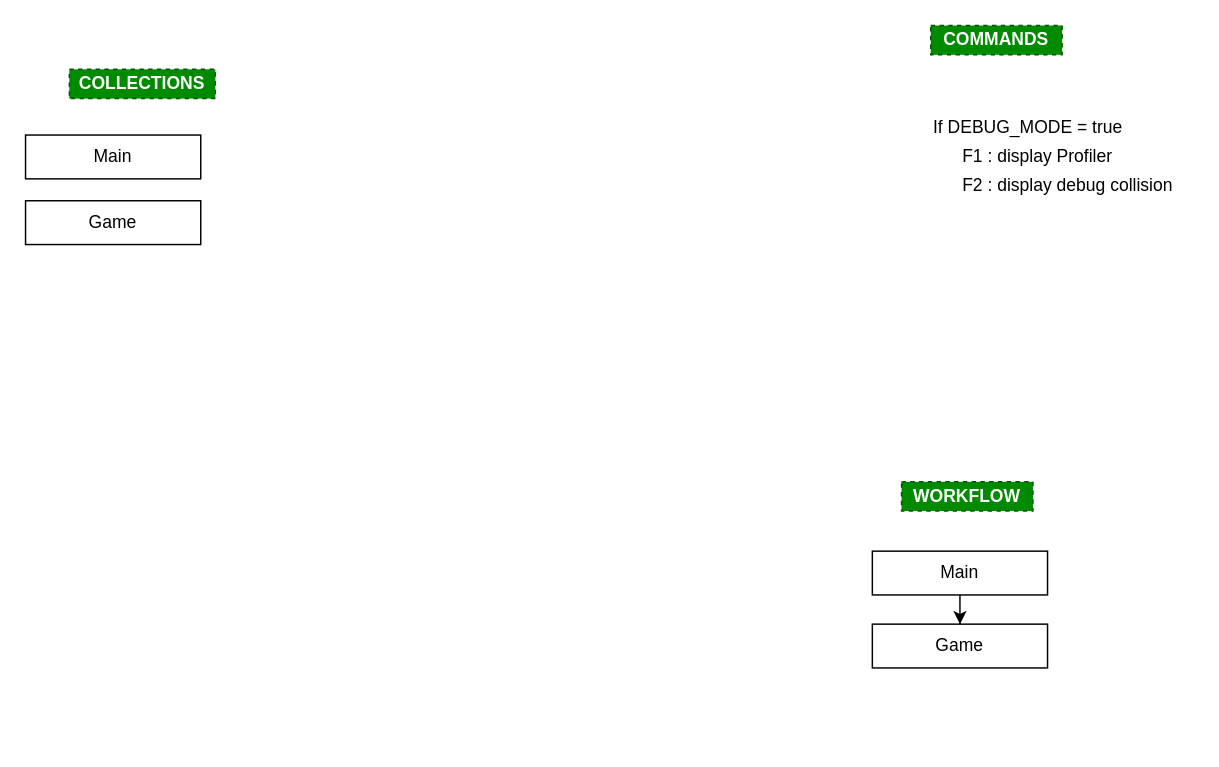
Before: GC29-Christmas Stress/src/README.drawio in cvionnet/gamejam, a draw.io diagram. Source tidied: cells renumbered, new cells numbered last; positions are measured from the earlier drawing's top-left corner, leaving out a move shared by most shapes. Both pictures are drawn from the tidied source at 146%, with x=0, y=0 at pixel (25, 25).
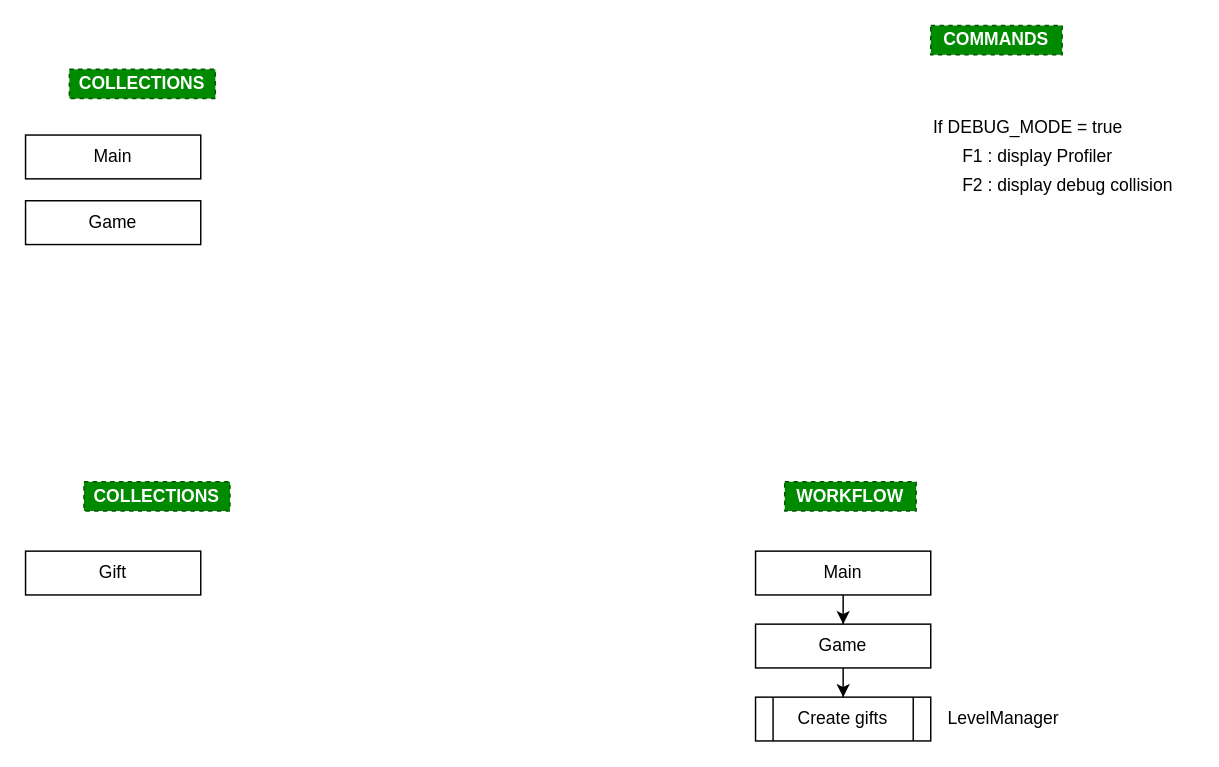
The same page after the edit.

The edit, as a diff of the source:
```diff
@@
 <mxGraphModel>
   <root>
     <mxCell id="0" />
     <mxCell id="1" parent="0" />
     <mxCell id="2" value="&lt;b&gt;WORKFLOW&lt;/b&gt;" style="text;html=1;strokeColor=#005700;fillColor=#008a00;align=center;verticalAlign=middle;whiteSpace=wrap;rounded=0;dashed=1;fontColor=#ffffff;" parent="1" vertex="1">
-      <mxGeometry x="600" y="312.5" width="90" height="20" as="geometry" />
+      <mxGeometry x="520" y="312.5" width="90" height="20" as="geometry" />
     </mxCell>
     <mxCell id="3" value="&lt;b&gt;COLLECTIONS&lt;/b&gt;" style="text;html=1;strokeColor=#005700;fillColor=#008a00;align=center;verticalAlign=middle;whiteSpace=wrap;rounded=0;dashed=1;fontColor=#ffffff;" parent="1" vertex="1">
       <mxGeometry x="30" y="30" width="100" height="20" as="geometry" />
     </mxCell>
     <mxCell id="4" value="&lt;b&gt;COMMANDS&lt;/b&gt;" style="text;html=1;strokeColor=#005700;fillColor=#008a00;align=center;verticalAlign=middle;whiteSpace=wrap;rounded=0;dashed=1;fontColor=#ffffff;" parent="1" vertex="1">
       <mxGeometry x="620" width="90" height="20" as="geometry" />
     </mxCell>
     <mxCell id="5" value="F1 : display Profiler" style="text;html=1;strokeColor=none;fillColor=none;align=left;verticalAlign=middle;whiteSpace=wrap;rounded=0;dashed=1;" parent="1" vertex="1">
       <mxGeometry x="640" y="80" width="110" height="20" as="geometry" />
     </mxCell>
     <mxCell id="6" value="If DEBUG_MODE = true" style="text;html=1;strokeColor=none;fillColor=none;align=left;verticalAlign=middle;whiteSpace=wrap;rounded=0;dashed=1;" parent="1" vertex="1">
       <mxGeometry x="620" y="60" width="170" height="20" as="geometry" />
     </mxCell>
     <mxCell id="7" value="F2 : display debug collision" style="text;html=1;strokeColor=none;fillColor=none;align=left;verticalAlign=middle;whiteSpace=wrap;rounded=0;dashed=1;" parent="1" vertex="1">
       <mxGeometry x="640" y="100" width="160" height="20" as="geometry" />
     </mxCell>
     <mxCell id="8" style="edgeStyle=orthogonalEdgeStyle;rounded=0;jettySize=auto;html=1;" parent="1" edge="1" source="9" target="11">
       <mxGeometry relative="1" as="geometry" />
     </mxCell>
     <mxCell id="9" value="Main" style="rounded=0;whiteSpace=wrap;html=1;" parent="1" vertex="1">
-      <mxGeometry x="580" y="360" width="120" height="30" as="geometry" />
+      <mxGeometry x="500" y="360" width="120" height="30" as="geometry" />
     </mxCell>
     <mxCell id="10" value="Main" style="rounded=0;whiteSpace=wrap;html=1;" parent="1" vertex="1">
       <mxGeometry y="75" width="120" height="30" as="geometry" />
     </mxCell>
+    <mxCell id="13" style="edgeStyle=orthogonalEdgeStyle;rounded=0;jettySize=auto;html=1;" parent="1" edge="1" source="11" target="16">
+      <mxGeometry relative="1" as="geometry" />
+    </mxCell>
     <mxCell id="11" value="Game" style="rounded=0;whiteSpace=wrap;html=1;" parent="1" vertex="1">
-      <mxGeometry x="580" y="410" width="120" height="30" as="geometry" />
+      <mxGeometry x="500" y="410" width="120" height="30" as="geometry" />
     </mxCell>
     <mxCell id="12" value="Game" style="rounded=0;whiteSpace=wrap;html=1;" parent="1" vertex="1">
       <mxGeometry y="120" width="120" height="30" as="geometry" />
     </mxCell>
+    <mxCell id="14" value="&lt;b&gt;COLLECTIONS&lt;/b&gt;" style="text;html=1;strokeColor=#005700;fillColor=#008a00;align=center;verticalAlign=middle;whiteSpace=wrap;rounded=0;dashed=1;fontColor=#ffffff;" parent="1" vertex="1">
+      <mxGeometry x="40" y="312.5" width="100" height="20" as="geometry" />
+    </mxCell>
+    <mxCell id="15" value="Gift" style="rounded=0;whiteSpace=wrap;html=1;" parent="1" vertex="1">
+      <mxGeometry y="360" width="120" height="30" as="geometry" />
+    </mxCell>
+    <mxCell id="16" value="Create gifts" style="shape=process;whiteSpace=wrap;html=1;backgroundOutline=1;" parent="1" vertex="1">
+      <mxGeometry x="500" y="460" width="120" height="30" as="geometry" />
+    </mxCell>
+    <mxCell id="17" value="LevelManager" style="text;html=1;strokeColor=none;fillColor=none;align=left;verticalAlign=middle;whiteSpace=wrap;rounded=0;dashed=1;" parent="1" vertex="1">
+      <mxGeometry x="630" y="465" width="100" height="20" as="geometry" />
+    </mxCell>
   </root>
 </mxGraphModel>
```
